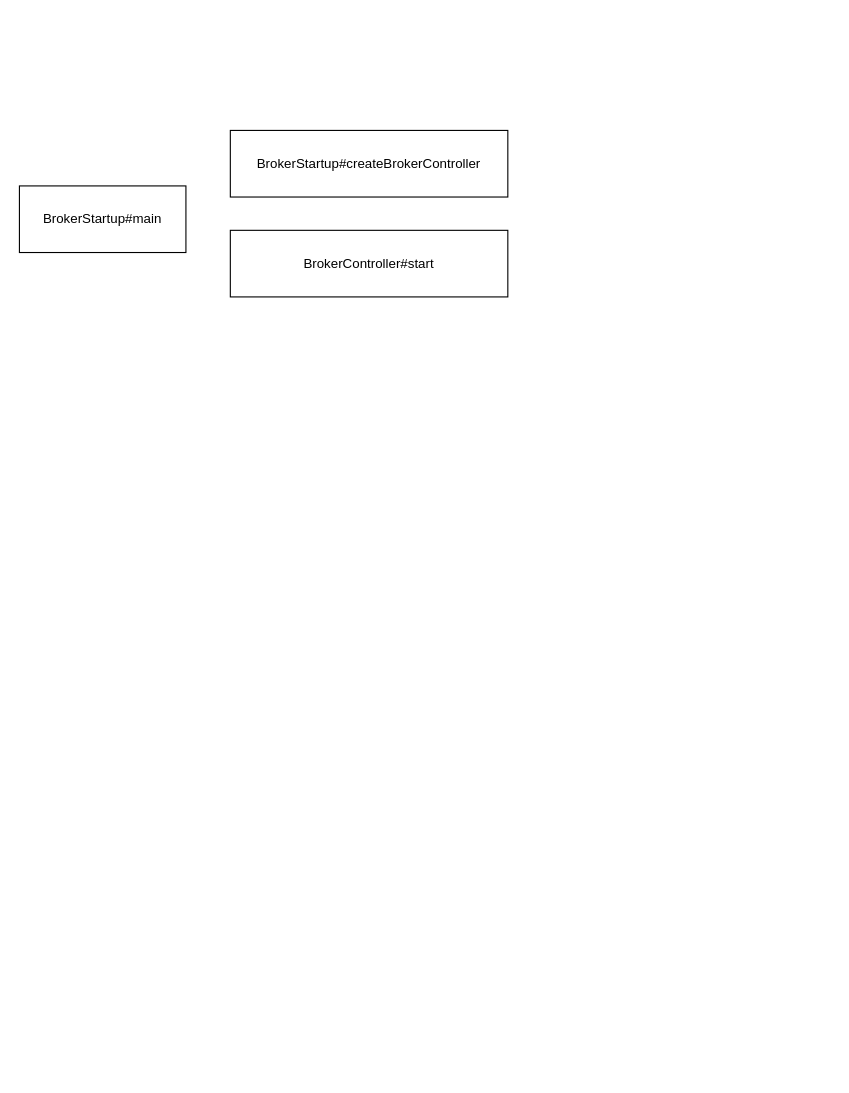
The draw.io diagram rocketmq/broker启动流程.drawio in erlieStar/diagrams, before the edit. Source tidied: cells renumbered, new cells numbered last; positions are measured from the earlier drawing's top-left corner, leaving out a move shared by most shapes. Both pictures are drawn from the tidied source at 111%, with x=0, y=0 at pixel (19, 130).
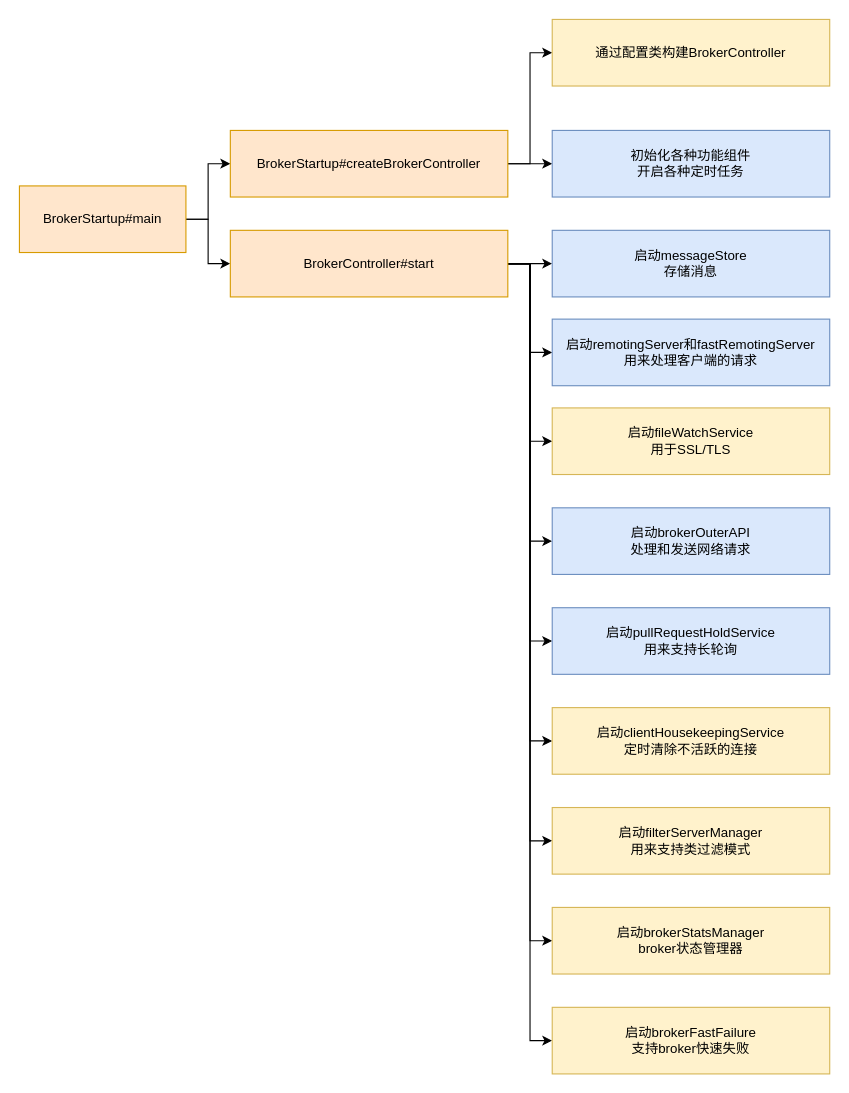
The same page after the edit.

The edit, as a diff of the source:
```diff
@@
+    <mxCell id="5" style="edgeStyle=orthogonalEdgeStyle;rounded=0;jettySize=auto;html=1;" parent="1" edge="1" source="2" target="4">
+      <mxGeometry relative="1" as="geometry" />
+    </mxCell>
+    <mxCell id="6" style="edgeStyle=orthogonalEdgeStyle;rounded=0;jettySize=auto;html=1;exitX=1;exitY=0.5;exitDx=0;exitDy=0;entryX=0;entryY=0.5;entryDx=0;entryDy=0;" parent="1" edge="1" source="2" target="3">
+      <mxGeometry relative="1" as="geometry" />
+    </mxCell>
-    <mxCell id="2" value="&lt;span&gt;BrokerStartup#main&lt;/span&gt;" style="rounded=0;whiteSpace=wrap;html=1;" parent="1" vertex="1">
+    <mxCell id="2" value="&lt;span&gt;BrokerStartup#main&lt;/span&gt;" style="rounded=0;whiteSpace=wrap;html=1;fillColor=#ffe6cc;strokeColor=#d79b00;" parent="1" vertex="1">
       <mxGeometry y="50" width="150" height="60" as="geometry" />
     </mxCell>
+    <mxCell id="7" style="edgeStyle=orthogonalEdgeStyle;rounded=0;jettySize=auto;html=1;exitX=1;exitY=0.5;exitDx=0;exitDy=0;entryX=0;entryY=0.5;entryDx=0;entryDy=0;" parent="1" edge="1" source="3" target="28">
+      <mxGeometry relative="1" as="geometry" />
+    </mxCell>
+    <mxCell id="8" style="edgeStyle=orthogonalEdgeStyle;rounded=0;jettySize=auto;html=1;exitX=1;exitY=0.5;exitDx=0;exitDy=0;entryX=0;entryY=0.5;entryDx=0;entryDy=0;" parent="1" edge="1" source="3" target="18">
+      <mxGeometry relative="1" as="geometry" />
+    </mxCell>
-    <mxCell id="3" value="BrokerStartup#createBrokerController" style="rounded=0;whiteSpace=wrap;html=1;" parent="1" vertex="1">
+    <mxCell id="3" value="BrokerStartup#createBrokerController" style="rounded=0;whiteSpace=wrap;html=1;fillColor=#ffe6cc;strokeColor=#d79b00;" parent="1" vertex="1">
       <mxGeometry x="190" width="250" height="60" as="geometry" />
     </mxCell>
+    <mxCell id="9" style="edgeStyle=orthogonalEdgeStyle;rounded=0;jettySize=auto;html=1;exitX=1;exitY=0.5;exitDx=0;exitDy=0;" parent="1" edge="1" source="4" target="19">
+      <mxGeometry relative="1" as="geometry" />
+    </mxCell>
+    <mxCell id="10" style="edgeStyle=orthogonalEdgeStyle;rounded=0;jettySize=auto;html=1;exitX=1;exitY=0.5;exitDx=0;exitDy=0;entryX=0;entryY=0.5;entryDx=0;entryDy=0;" parent="1" edge="1" source="4" target="20">
+      <mxGeometry relative="1" as="geometry" />
+    </mxCell>
+    <mxCell id="11" style="edgeStyle=orthogonalEdgeStyle;rounded=0;jettySize=auto;html=1;exitX=1;exitY=0.5;exitDx=0;exitDy=0;entryX=0;entryY=0.5;entryDx=0;entryDy=0;" parent="1" edge="1" source="4" target="21">
+      <mxGeometry relative="1" as="geometry" />
+    </mxCell>
+    <mxCell id="12" style="edgeStyle=orthogonalEdgeStyle;rounded=0;jettySize=auto;html=1;exitX=1;exitY=0.5;exitDx=0;exitDy=0;entryX=0;entryY=0.5;entryDx=0;entryDy=0;" parent="1" edge="1" source="4" target="22">
+      <mxGeometry relative="1" as="geometry" />
+    </mxCell>
+    <mxCell id="13" style="edgeStyle=orthogonalEdgeStyle;rounded=0;jettySize=auto;html=1;exitX=1;exitY=0.5;exitDx=0;exitDy=0;entryX=0;entryY=0.5;entryDx=0;entryDy=0;" parent="1" edge="1" source="4" target="23">
+      <mxGeometry relative="1" as="geometry" />
+    </mxCell>
+    <mxCell id="14" style="edgeStyle=orthogonalEdgeStyle;rounded=0;jettySize=auto;html=1;exitX=1;exitY=0.5;exitDx=0;exitDy=0;entryX=0;entryY=0.5;entryDx=0;entryDy=0;" parent="1" edge="1" source="4" target="24">
+      <mxGeometry relative="1" as="geometry" />
+    </mxCell>
+    <mxCell id="15" style="edgeStyle=orthogonalEdgeStyle;rounded=0;jettySize=auto;html=1;exitX=1;exitY=0.5;exitDx=0;exitDy=0;entryX=0;entryY=0.5;entryDx=0;entryDy=0;" parent="1" edge="1" source="4" target="25">
+      <mxGeometry relative="1" as="geometry" />
+    </mxCell>
+    <mxCell id="16" style="edgeStyle=orthogonalEdgeStyle;rounded=0;jettySize=auto;html=1;exitX=1;exitY=0.5;exitDx=0;exitDy=0;entryX=0;entryY=0.5;entryDx=0;entryDy=0;" parent="1" edge="1" source="4" target="26">
+      <mxGeometry relative="1" as="geometry" />
+    </mxCell>
+    <mxCell id="17" style="edgeStyle=orthogonalEdgeStyle;rounded=0;jettySize=auto;html=1;exitX=1;exitY=0.5;exitDx=0;exitDy=0;entryX=0;entryY=0.5;entryDx=0;entryDy=0;" parent="1" edge="1" source="4" target="27">
+      <mxGeometry relative="1" as="geometry" />
+    </mxCell>
-    <mxCell id="4" value="BrokerController#start" style="rounded=0;whiteSpace=wrap;html=1;" parent="1" vertex="1">
+    <mxCell id="4" value="BrokerController#start" style="rounded=0;whiteSpace=wrap;html=1;fillColor=#ffe6cc;strokeColor=#d79b00;" parent="1" vertex="1">
       <mxGeometry x="190" y="90" width="250" height="60" as="geometry" />
     </mxCell>
+    <mxCell id="18" value="初始化各种功能组件&lt;br&gt;开启各种定时任务" style="rounded=0;whiteSpace=wrap;html=1;fillColor=#dae8fc;strokeColor=#6c8ebf;" parent="1" vertex="1">
+      <mxGeometry x="480" width="250" height="60" as="geometry" />
+    </mxCell>
+    <mxCell id="19" value="启动messageStore&lt;br&gt;存储消息" style="rounded=0;whiteSpace=wrap;html=1;fillColor=#dae8fc;strokeColor=#6c8ebf;" parent="1" vertex="1">
+      <mxGeometry x="480" y="90" width="250" height="60" as="geometry" />
+    </mxCell>
+    <mxCell id="20" value="启动remotingServer和&lt;span&gt;fastRemotingServer&lt;br&gt;&lt;/span&gt;用来处理客户端的请求" style="rounded=0;whiteSpace=wrap;html=1;fillColor=#dae8fc;strokeColor=#6c8ebf;" parent="1" vertex="1">
+      <mxGeometry x="480" y="170" width="250" height="60" as="geometry" />
+    </mxCell>
+    <mxCell id="21" value="启动fileWatchService&lt;br&gt;&lt;span style=&quot;text-align: left&quot;&gt;用于SSL/TLS&lt;/span&gt;" style="rounded=0;whiteSpace=wrap;html=1;fillColor=#fff2cc;strokeColor=#d6b656;" parent="1" vertex="1">
+      <mxGeometry x="480" y="250" width="250" height="60" as="geometry" />
+    </mxCell>
+    <mxCell id="22" value="启动brokerOuterAPI&lt;br&gt;处理和发送网络请求" style="rounded=0;whiteSpace=wrap;html=1;fillColor=#dae8fc;strokeColor=#6c8ebf;" parent="1" vertex="1">
+      <mxGeometry x="480" y="340" width="250" height="60" as="geometry" />
+    </mxCell>
+    <mxCell id="23" value="启动pullRequestHoldService&lt;br&gt;用来支持长轮询" style="rounded=0;whiteSpace=wrap;html=1;fillColor=#dae8fc;strokeColor=#6c8ebf;" parent="1" vertex="1">
+      <mxGeometry x="480" y="430" width="250" height="60" as="geometry" />
+    </mxCell>
+    <mxCell id="24" value="启动clientHousekeepingService&lt;br&gt;定时清除不活跃的连接" style="rounded=0;whiteSpace=wrap;html=1;fillColor=#fff2cc;strokeColor=#d6b656;" parent="1" vertex="1">
+      <mxGeometry x="480" y="520" width="250" height="60" as="geometry" />
+    </mxCell>
+    <mxCell id="25" value="启动filterServerManager&lt;br&gt;用来支持类过滤模式" style="rounded=0;whiteSpace=wrap;html=1;fillColor=#fff2cc;strokeColor=#d6b656;" parent="1" vertex="1">
+      <mxGeometry x="480" y="610" width="250" height="60" as="geometry" />
+    </mxCell>
+    <mxCell id="26" value="启动brokerStatsManager&lt;br&gt;broker状态管理器" style="rounded=0;whiteSpace=wrap;html=1;fillColor=#fff2cc;strokeColor=#d6b656;" parent="1" vertex="1">
+      <mxGeometry x="480" y="700" width="250" height="60" as="geometry" />
+    </mxCell>
+    <mxCell id="27" value="启动brokerFastFailure&lt;br&gt;支持broker快速失败" style="rounded=0;whiteSpace=wrap;html=1;fillColor=#fff2cc;strokeColor=#d6b656;" parent="1" vertex="1">
+      <mxGeometry x="480" y="790" width="250" height="60" as="geometry" />
+    </mxCell>
+    <mxCell id="28" value="通过配置类构建BrokerController" style="rounded=0;whiteSpace=wrap;html=1;fillColor=#fff2cc;strokeColor=#d6b656;" parent="1" vertex="1">
+      <mxGeometry x="480" y="-100" width="250" height="60" as="geometry" />
+    </mxCell>
```
